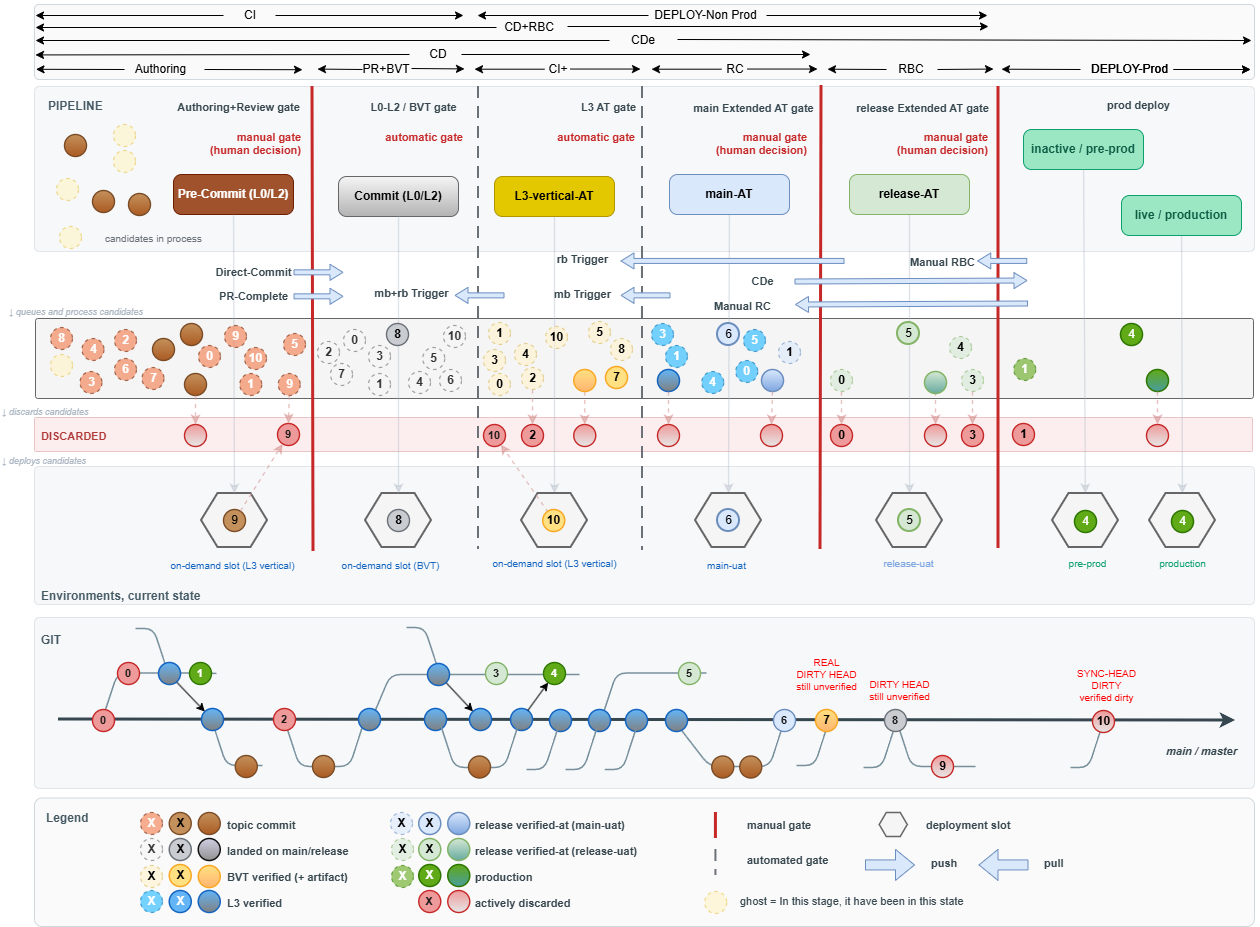
The draw.io diagram docs/.assets/commits-quality/value-chain.drawio.png in casperease/catzc, before a commit. Source tidied: cells renumbered, new cells last; positions are measured from the earlier drawing's top-left corner, leaving out a move shared by most shapes.
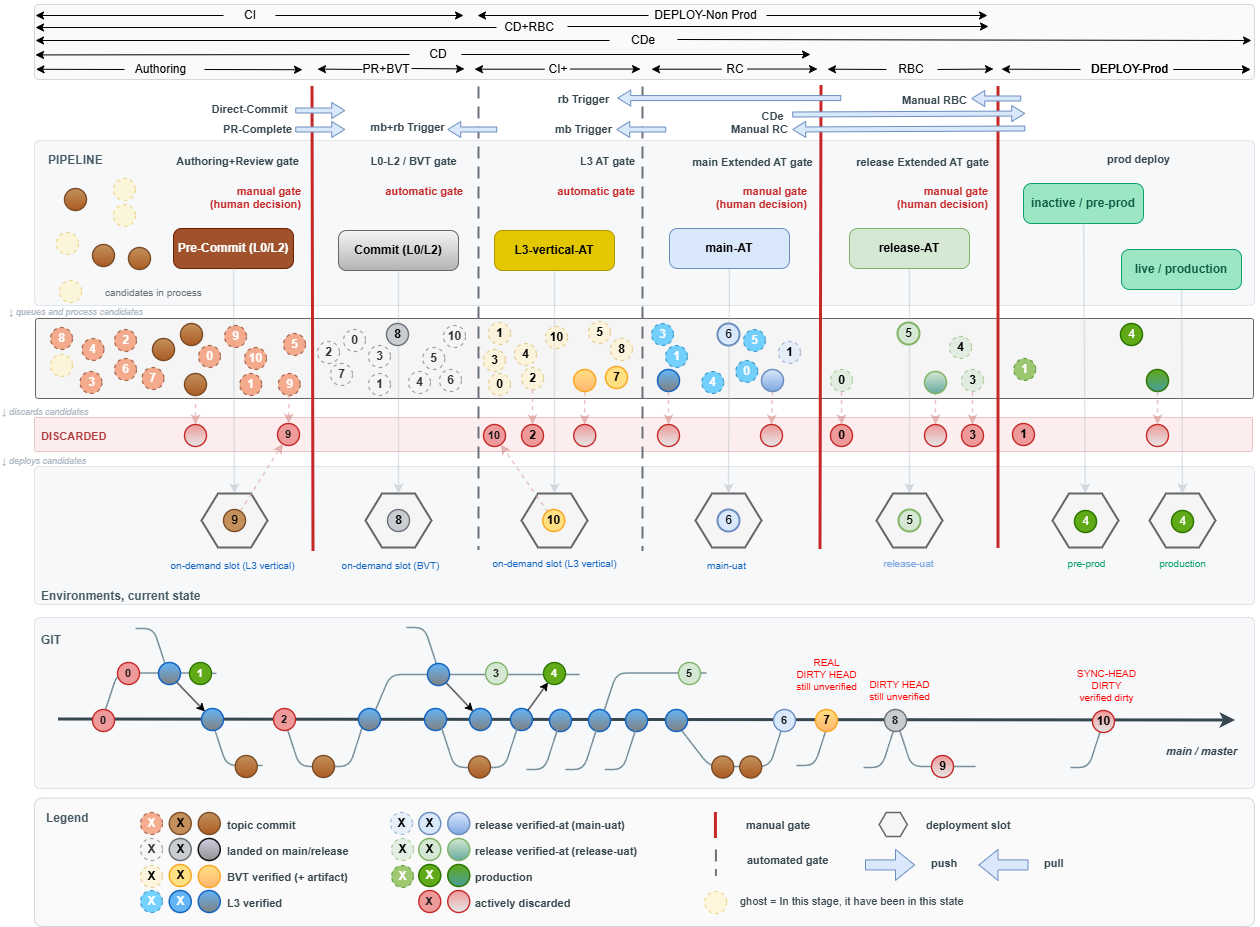
Above is the later version.

Change to the diagram source:
```diff
@@ -14,3 +14,3 @@
     <mxCell id="5" style="rounded=1;html=1;arcSize=3;fillColor=#F6F8FA;strokeColor=#E1E4E8;" parent="1" vertex="1">
-      <mxGeometry x="34" y="86" width="1220" height="165" as="geometry" />
+      <mxGeometry x="34" y="140" width="1220" height="165" as="geometry" />
     </mxCell>
@@ -38,3 +38,3 @@
     <mxCell id="11" value="PIPELINE" style="text;html=1;align=left;fontSize=12;fontStyle=1;fontColor=#455A64;" parent="1" vertex="1">
-      <mxGeometry x="46" y="92" width="89" height="18" as="geometry" />
+      <mxGeometry x="46" y="146" width="89" height="18" as="geometry" />
     </mxCell>
@@ -62,6 +62,6 @@
     <mxCell id="19" value="candidates in process" style="text;html=1;align=left;fontSize=10;fontColor=#6B7178;" parent="1" vertex="1">
-      <mxGeometry x="103" y="226" width="99" height="16" as="geometry" />
+      <mxGeometry x="103" y="280" width="99" height="16" as="geometry" />
     </mxCell>
     <mxCell id="20" value="L0-L2 / BVT gate" style="text;html=1;align=center;fontSize=11;fontStyle=1;fontColor=#37474F;" parent="1" vertex="1">
-      <mxGeometry x="368" y="94" width="90" height="16" as="geometry" />
+      <mxGeometry x="368" y="148" width="90" height="16" as="geometry" />
     </mxCell>
@@ -74,6 +74,6 @@
     <mxCell id="22" value="release-AT" style="rounded=1;whiteSpace=wrap;html=1;arcSize=20;fillColor=#d5e8d4;strokeColor=#82b366;fontStyle=1;fontSize=12;" parent="1" vertex="1">
-      <mxGeometry x="849" y="174" width="120" height="40" as="geometry" />
+      <mxGeometry x="849" y="228" width="120" height="40" as="geometry" />
     </mxCell>
     <mxCell id="23" value="live / production" style="rounded=1;whiteSpace=wrap;html=1;arcSize=20;fillColor=#9BE7C4;strokeColor=#0E9F6E;fontColor=#0B5C43;fontStyle=1;fontSize=12;" parent="1" vertex="1">
-      <mxGeometry x="1121" y="195" width="120" height="40" as="geometry" />
+      <mxGeometry x="1121" y="249" width="120" height="40" as="geometry" />
     </mxCell>
@@ -173,3 +173,3 @@
     <mxCell id="53" value="L3-vertical-AT" style="rounded=1;whiteSpace=wrap;html=1;arcSize=20;fillColor=#e3c800;strokeColor=#B09500;fontStyle=1;fontSize=12;fontColor=#000000;" parent="1" vertex="1">
-      <mxGeometry x="494" y="176" width="120" height="40" as="geometry" />
+      <mxGeometry x="494" y="230" width="120" height="40" as="geometry" />
     </mxCell>
@@ -185,6 +185,6 @@
     <mxCell id="56" value="manual gate&#10;(human decision)" style="text;html=1;align=right;fontSize=11;fontStyle=1;fontColor=#C62828;whiteSpace=wrap;" parent="1" vertex="1">
-      <mxGeometry x="844" y="124" width="146" height="30" as="geometry" />
+      <mxGeometry x="844" y="178" width="146" height="30" as="geometry" />
     </mxCell>
     <mxCell id="57" value="main-AT" style="rounded=1;whiteSpace=wrap;html=1;arcSize=20;fillColor=#dae8fc;strokeColor=#6c8ebf;fontStyle=1;fontSize=12;" parent="1" vertex="1">
-      <mxGeometry x="669" y="174" width="120" height="40" as="geometry" />
+      <mxGeometry x="669" y="228" width="120" height="40" as="geometry" />
     </mxCell>
@@ -194,6 +194,6 @@
     <mxCell id="59" value="Commit (L0/L2)" style="rounded=1;whiteSpace=wrap;html=1;arcSize=20;fillColor=#f5f5f5;strokeColor=#666666;fontStyle=1;fontSize=12;gradientColor=#b3b3b3;" parent="1" vertex="1">
-      <mxGeometry x="338" y="176" width="120" height="40" as="geometry" />
+      <mxGeometry x="338" y="230" width="120" height="40" as="geometry" />
     </mxCell>
     <mxCell id="60" value="Pre-Commit&lt;font style=&quot;color: rgb(255, 255, 255);&quot;&gt;&amp;nbsp;(L0/L2)&lt;/font&gt;" style="rounded=1;whiteSpace=wrap;html=1;arcSize=20;fillColor=#a0522d;strokeColor=#6D1F00;fontStyle=1;fontSize=12;fontColor=#ffffff;" parent="1" vertex="1">
-      <mxGeometry x="173" y="174" width="120" height="40" as="geometry" />
+      <mxGeometry x="173" y="228" width="120" height="40" as="geometry" />
     </mxCell>
@@ -209,3 +209,3 @@
     <mxCell id="63" value="manual gate&#10;(human decision)" style="text;html=1;align=right;fontSize=11;fontStyle=1;fontColor=#C62828;whiteSpace=wrap;" parent="1" vertex="1">
-      <mxGeometry x="157" y="124" width="146" height="30" as="geometry" />
+      <mxGeometry x="157" y="178" width="146" height="30" as="geometry" />
     </mxCell>
@@ -257,9 +257,9 @@
     <mxCell id="78" style="ellipse;html=1;fillColor=#C4915C;strokeColor=#7A4B25;strokeWidth=1.4;gradientColor=#AB5B23;" parent="1" vertex="1">
-      <mxGeometry x="92" y="190" width="22" height="22" as="geometry" />
+      <mxGeometry x="92" y="244" width="22" height="22" as="geometry" />
     </mxCell>
     <mxCell id="79" style="ellipse;html=1;fillColor=#C4915C;strokeColor=#7A4B25;strokeWidth=1.4;gradientColor=#AB5B23;" parent="1" vertex="1">
-      <mxGeometry x="64" y="134" width="22" height="22" as="geometry" />
+      <mxGeometry x="64" y="188" width="22" height="22" as="geometry" />
     </mxCell>
     <mxCell id="80" style="ellipse;html=1;fillColor=#C4915C;strokeColor=#7A4B25;strokeWidth=1.4;gradientColor=#AB5B23;" parent="1" vertex="1">
-      <mxGeometry x="128" y="193" width="22" height="22" as="geometry" />
+      <mxGeometry x="128" y="247" width="22" height="22" as="geometry" />
     </mxCell>
@@ -353,3 +353,3 @@
     <mxCell id="98" value="L3 AT gate" style="text;html=1;align=center;fontSize=11;fontStyle=1;fontColor=#37474F;" parent="1" vertex="1">
-      <mxGeometry x="578" y="94" width="59" height="16" as="geometry" />
+      <mxGeometry x="578" y="148" width="59" height="16" as="geometry" />
     </mxCell>
@@ -359,12 +359,12 @@
     <mxCell id="100" style="ellipse;html=1;fillColor=#FFF3C4;strokeColor=#E6C34D;strokeWidth=1.2;dashed=1;opacity=60;" parent="1" vertex="1">
-      <mxGeometry x="56" y="178" width="22" height="22" as="geometry" />
+      <mxGeometry x="56" y="232" width="22" height="22" as="geometry" />
     </mxCell>
     <mxCell id="101" style="ellipse;html=1;fillColor=#FFF3C4;strokeColor=#E6C34D;strokeWidth=1.2;dashed=1;opacity=60;" parent="1" vertex="1">
-      <mxGeometry x="113" y="124" width="22" height="22" as="geometry" />
+      <mxGeometry x="113" y="178" width="22" height="22" as="geometry" />
     </mxCell>
     <mxCell id="102" style="ellipse;html=1;fillColor=#FFF3C4;strokeColor=#E6C34D;strokeWidth=1.2;dashed=1;opacity=60;" parent="1" vertex="1">
-      <mxGeometry x="113" y="150" width="22" height="22" as="geometry" />
+      <mxGeometry x="113" y="204" width="22" height="22" as="geometry" />
     </mxCell>
     <mxCell id="103" style="ellipse;html=1;fillColor=#FFF3C4;strokeColor=#E6C34D;strokeWidth=1.2;dashed=1;opacity=60;" parent="1" vertex="1">
-      <mxGeometry x="59" y="226" width="22" height="22" as="geometry" />
+      <mxGeometry x="59" y="280" width="22" height="22" as="geometry" />
     </mxCell>
@@ -394,12 +394,12 @@
     <mxCell id="111" value="Authoring+Review gate" style="text;html=1;align=center;fontSize=11;fontStyle=1;fontColor=#37474F;" parent="1" vertex="1">
-      <mxGeometry x="168" y="94" width="139" height="16" as="geometry" />
+      <mxGeometry x="168" y="148" width="139" height="16" as="geometry" />
     </mxCell>
     <mxCell id="112" value="automatic gate" style="text;html=1;align=right;fontSize=11;fontStyle=1;fontColor=#C62828;whiteSpace=wrap;" parent="1" vertex="1">
-      <mxGeometry x="319" y="124" width="146" height="30" as="geometry" />
+      <mxGeometry x="319" y="178" width="146" height="30" as="geometry" />
     </mxCell>
     <mxCell id="113" value="automatic gate" style="text;html=1;align=right;fontSize=11;fontStyle=1;fontColor=#C62828;whiteSpace=wrap;" parent="1" vertex="1">
-      <mxGeometry x="491" y="124" width="146" height="30" as="geometry" />
+      <mxGeometry x="491" y="178" width="146" height="30" as="geometry" />
     </mxCell>
     <mxCell id="114" value="manual gate&#10;(human decision)" style="text;html=1;align=right;fontSize=11;fontStyle=1;fontColor=#C62828;whiteSpace=wrap;" parent="1" vertex="1">
-      <mxGeometry x="663" y="124" width="146" height="30" as="geometry" />
+      <mxGeometry x="663" y="178" width="146" height="30" as="geometry" />
     </mxCell>
@@ -712,3 +712,3 @@
     <mxCell id="204" value="inactive / pre-prod" style="rounded=1;whiteSpace=wrap;html=1;arcSize=20;fillColor=#9BE7C4;strokeColor=#0E9F6E;fontColor=#0B5C43;fontStyle=1;fontSize=12;" parent="1" vertex="1">
-      <mxGeometry x="1023" y="129" width="120" height="40" as="geometry" />
+      <mxGeometry x="1023" y="183" width="120" height="40" as="geometry" />
     </mxCell>
@@ -775,8 +775,2 @@
     </mxCell>
-    <mxCell id="220" style="shape=flexArrow;endArrow=classic;html=1;rounded=0;fontFamily=Helvetica;fontSize=12;fontColor=default;fillColor=#dae8fc;strokeColor=#6c8ebf;width=5;endSize=4;endWidth=10;" parent="1" edge="1">
-      <mxGeometry relative="1" as="geometry">
-        <mxPoint x="293" y="295.8" as="sourcePoint" />
-        <mxPoint x="343" y="295.8" as="targetPoint" />
-      </mxGeometry>
-    </mxCell>
     <mxCell id="221" style="group;" parent="1" vertex="1">
@@ -1057,59 +1051,2 @@
     </mxCell>
-    <mxCell id="283" style="shape=flexArrow;endArrow=classic;html=1;rounded=0;fontFamily=Helvetica;fontSize=12;fontColor=default;fillColor=#dae8fc;strokeColor=#6c8ebf;width=5;endSize=4;endWidth=10;" parent="1" edge="1">
-      <mxGeometry relative="1" as="geometry">
-        <mxPoint x="504" y="294.9" as="sourcePoint" />
-        <mxPoint x="454" y="294.9" as="targetPoint" />
-      </mxGeometry>
-    </mxCell>
-    <mxCell id="284" style="shape=flexArrow;endArrow=classic;html=1;rounded=0;fontFamily=Helvetica;fontSize=12;fontColor=default;fillColor=#dae8fc;strokeColor=#6c8ebf;width=5;endSize=4;endWidth=10;" parent="1" edge="1">
-      <mxGeometry relative="1" as="geometry">
-        <mxPoint x="1026.8" y="260.4" as="sourcePoint" />
-        <mxPoint x="976.8" y="260.4" as="targetPoint" />
-      </mxGeometry>
-    </mxCell>
-    <mxCell id="285" value="PR-Complete" style="text;html=1;align=center;fontSize=11;fontStyle=1;fontColor=#37474F;" parent="1" vertex="1">
-      <mxGeometry x="223" y="283" width="59" height="16" as="geometry" />
-    </mxCell>
-    <mxCell id="286" value="mb+rb Trigger" style="text;html=1;align=center;fontSize=11;fontStyle=1;fontColor=#37474F;" parent="1" vertex="1">
-      <mxGeometry x="384" y="280" width="54.2" height="16" as="geometry" />
-    </mxCell>
-    <mxCell id="287" style="shape=flexArrow;endArrow=classic;html=1;rounded=0;fontFamily=Helvetica;fontSize=12;fontColor=default;fillColor=#dae8fc;strokeColor=#6c8ebf;width=5;endSize=4;endWidth=10;" parent="1" edge="1">
-      <mxGeometry relative="1" as="geometry">
-        <mxPoint x="670" y="294.9" as="sourcePoint" />
-        <mxPoint x="620" y="294.9" as="targetPoint" />
-      </mxGeometry>
-    </mxCell>
-    <mxCell id="288" value="mb Trigger" style="text;html=1;align=center;fontSize=11;fontStyle=1;fontColor=#37474F;" parent="1" vertex="1">
-      <mxGeometry x="551" y="281" width="61.2" height="16" as="geometry" />
-    </mxCell>
-    <mxCell id="289" value="Manual RBC" style="text;html=1;align=center;fontSize=11;fontStyle=1;fontColor=#37474F;" parent="1" vertex="1">
-      <mxGeometry x="911.4" y="249" width="61.2" height="16" as="geometry" />
-    </mxCell>
-    <mxCell id="290" style="shape=flexArrow;endArrow=classic;html=1;rounded=0;fontFamily=Helvetica;fontSize=12;fontColor=default;fillColor=#dae8fc;strokeColor=#6c8ebf;width=5;endSize=4;endWidth=10;" parent="1" edge="1">
-      <mxGeometry relative="1" as="geometry">
-        <mxPoint x="794" y="281" as="sourcePoint" />
-        <mxPoint x="1027" y="280" as="targetPoint" />
-      </mxGeometry>
-    </mxCell>
-    <mxCell id="291" value="CDe" style="text;html=1;align=center;fontSize=11;fontStyle=1;fontColor=#37474F;" parent="1" vertex="1">
-      <mxGeometry x="741" y="268" width="42" height="16" as="geometry" />
-    </mxCell>
-    <mxCell id="292" style="shape=flexArrow;endArrow=classic;html=1;rounded=0;fontFamily=Helvetica;fontSize=12;fontColor=default;fillColor=#dae8fc;strokeColor=#6c8ebf;width=5;endSize=4;endWidth=10;" parent="1" edge="1">
-      <mxGeometry relative="1" as="geometry">
-        <mxPoint x="293" y="271.8" as="sourcePoint" />
-        <mxPoint x="343" y="271.8" as="targetPoint" />
-      </mxGeometry>
-    </mxCell>
-    <mxCell id="293" value="Direct-Commit" style="text;html=1;align=center;fontSize=11;fontStyle=1;fontColor=#37474F;" parent="1" vertex="1">
-      <mxGeometry x="223" y="259" width="59" height="16" as="geometry" />
-    </mxCell>
-    <mxCell id="294" style="shape=flexArrow;endArrow=classic;html=1;rounded=0;fontFamily=Helvetica;fontSize=12;fontColor=default;fillColor=#dae8fc;strokeColor=#6c8ebf;width=5;endSize=4;endWidth=10;" parent="1" edge="1">
-      <mxGeometry relative="1" as="geometry">
-        <mxPoint x="844" y="260.4" as="sourcePoint" />
-        <mxPoint x="620" y="260.4" as="targetPoint" />
-      </mxGeometry>
-    </mxCell>
-    <mxCell id="295" value="rb Trigger" style="text;html=1;align=center;fontSize=11;fontStyle=1;fontColor=#37474F;" parent="1" vertex="1">
-      <mxGeometry x="551" y="246" width="61.2" height="16" as="geometry" />
-    </mxCell>
     <mxCell id="296" style="ellipse;html=1;fillColor=#d5e8d4;strokeColor=#82b366;strokeWidth=1.5;fontStyle=1;gradientColor=#67AB9F;" parent="1" vertex="1">
@@ -1124,9 +1061,9 @@
     <mxCell id="299" value="main Extended AT gate" style="text;html=1;align=center;fontSize=11;fontStyle=1;fontColor=#37474F;" parent="1" vertex="1">
-      <mxGeometry x="723" y="95" width="59" height="16" as="geometry" />
+      <mxGeometry x="723" y="149" width="59" height="16" as="geometry" />
     </mxCell>
     <mxCell id="300" value="release Extended AT gate" style="text;html=1;align=center;fontSize=11;fontStyle=1;fontColor=#37474F;" parent="1" vertex="1">
-      <mxGeometry x="872" y="95" width="100" height="16" as="geometry" />
+      <mxGeometry x="872" y="149" width="100" height="16" as="geometry" />
     </mxCell>
     <mxCell id="301" value="prod deploy" style="text;html=1;align=center;fontSize=11;fontStyle=1;fontColor=#37474F;" parent="1" vertex="1">
-      <mxGeometry x="1088" y="92" width="100" height="16" as="geometry" />
+      <mxGeometry x="1088" y="146" width="100" height="16" as="geometry" />
     </mxCell>
@@ -1156,11 +1093,77 @@
     </mxCell>
+    <mxCell id="311" style="group;" parent="1" vertex="1">
+      <mxGeometry x="219.8" y="86" width="745.2" height="46" as="geometry" />
+    </mxCell>
+    <mxCell id="220" style="shape=flexArrow;endArrow=classic;html=1;rounded=0;fontFamily=Helvetica;fontSize=12;fontColor=default;fillColor=#dae8fc;strokeColor=#6c8ebf;width=5;endSize=4;endWidth=10;" parent="311" edge="1">
+      <mxGeometry relative="1" as="geometry">
+        <mxPoint x="75" y="43" as="sourcePoint" />
+        <mxPoint x="125" y="43" as="targetPoint" />
+      </mxGeometry>
+    </mxCell>
+    <mxCell id="283" style="shape=flexArrow;endArrow=classic;html=1;rounded=0;fontFamily=Helvetica;fontSize=12;fontColor=default;fillColor=#dae8fc;strokeColor=#6c8ebf;width=5;endSize=4;endWidth=10;" parent="311" edge="1">
+      <mxGeometry relative="1" as="geometry">
+        <mxPoint x="277" y="43" as="sourcePoint" />
+        <mxPoint x="227" y="43" as="targetPoint" />
+      </mxGeometry>
+    </mxCell>
+    <mxCell id="284" style="shape=flexArrow;endArrow=classic;html=1;rounded=0;fontFamily=Helvetica;fontSize=12;fontColor=default;fillColor=#dae8fc;strokeColor=#6c8ebf;width=5;endSize=4;endWidth=10;" parent="311" edge="1">
+      <mxGeometry relative="1" as="geometry">
+        <mxPoint x="801" y="12" as="sourcePoint" />
+        <mxPoint x="751" y="12" as="targetPoint" />
+      </mxGeometry>
+    </mxCell>
+    <mxCell id="285" value="PR-Complete" style="text;html=1;align=center;fontSize=11;fontStyle=1;fontColor=#37474F;" parent="311" vertex="1">
+      <mxGeometry x="7.5" y="30" width="59" height="16" as="geometry" />
+    </mxCell>
+    <mxCell id="286" value="mb+rb Trigger" style="text;html=1;align=center;fontSize=11;fontStyle=1;fontColor=#37474F;" parent="311" vertex="1">
+      <mxGeometry x="159.8" y="28" width="54.2" height="16" as="geometry" />
+    </mxCell>
+    <mxCell id="287" style="shape=flexArrow;endArrow=classic;html=1;rounded=0;fontFamily=Helvetica;fontSize=12;fontColor=default;fillColor=#dae8fc;strokeColor=#6c8ebf;width=5;endSize=4;endWidth=10;" parent="311" edge="1">
+      <mxGeometry relative="1" as="geometry">
+        <mxPoint x="446" y="43" as="sourcePoint" />
+        <mxPoint x="396" y="43" as="targetPoint" />
+      </mxGeometry>
+    </mxCell>
+    <mxCell id="288" value="mb Trigger" style="text;html=1;align=center;fontSize=11;fontStyle=1;fontColor=#37474F;" parent="311" vertex="1">
+      <mxGeometry x="333" y="30" width="61.2" height="16" as="geometry" />
+    </mxCell>
+    <mxCell id="290" style="shape=flexArrow;endArrow=classic;html=1;rounded=0;fontFamily=Helvetica;fontSize=12;fontColor=default;fillColor=#dae8fc;strokeColor=#6c8ebf;width=5;endSize=4;endWidth=10;" parent="311" edge="1">
+      <mxGeometry relative="1" as="geometry">
+        <mxPoint x="572" y="28" as="sourcePoint" />
+        <mxPoint x="805" y="27" as="targetPoint" />
+      </mxGeometry>
+    </mxCell>
+    <mxCell id="291" value="CDe" style="text;html=1;align=center;fontSize=11;fontStyle=1;fontColor=#37474F;" parent="311" vertex="1">
+      <mxGeometry x="531" y="17" width="42" height="16" as="geometry" />
+    </mxCell>
+    <mxCell id="292" style="shape=flexArrow;endArrow=classic;html=1;rounded=0;fontFamily=Helvetica;fontSize=12;fontColor=default;fillColor=#dae8fc;strokeColor=#6c8ebf;width=5;endSize=4;endWidth=10;" parent="311" edge="1">
+      <mxGeometry relative="1" as="geometry">
+        <mxPoint x="75" y="24" as="sourcePoint" />
+        <mxPoint x="125" y="24" as="targetPoint" />
+      </mxGeometry>
+    </mxCell>
+    <mxCell id="293" value="Direct-Commit" style="text;html=1;align=center;fontSize=11;fontStyle=1;fontColor=#37474F;" parent="311" vertex="1">
+      <mxGeometry y="10" width="59" height="15" as="geometry" />
+    </mxCell>
+    <mxCell id="294" style="shape=flexArrow;endArrow=classic;html=1;rounded=0;fontFamily=Helvetica;fontSize=12;fontColor=default;fillColor=#dae8fc;strokeColor=#6c8ebf;width=5;endSize=4;endWidth=10;" parent="311" edge="1">
+      <mxGeometry relative="1" as="geometry">
+        <mxPoint x="621" y="11.6" as="sourcePoint" />
+        <mxPoint x="397" y="11.6" as="targetPoint" />
+      </mxGeometry>
+    </mxCell>
+    <mxCell id="295" value="rb Trigger" style="text;html=1;align=center;fontSize=11;fontStyle=1;fontColor=#37474F;" parent="311" vertex="1">
+      <mxGeometry x="333" width="61.2" height="16" as="geometry" />
+    </mxCell>
-    <mxCell id="309" style="shape=flexArrow;endArrow=classic;html=1;rounded=0;fontFamily=Helvetica;fontSize=12;fontColor=default;fillColor=#dae8fc;strokeColor=#6c8ebf;width=5;endSize=4;endWidth=10;" parent="1" edge="1">
+    <mxCell id="309" style="shape=flexArrow;endArrow=classic;html=1;rounded=0;fontFamily=Helvetica;fontSize=12;fontColor=default;fillColor=#dae8fc;strokeColor=#6c8ebf;width=5;endSize=4;endWidth=10;" parent="311" edge="1">
       <mxGeometry relative="1" as="geometry">
-        <mxPoint x="1027.5" y="303" as="sourcePoint" />
-        <mxPoint x="794.5" y="304" as="targetPoint" />
+        <mxPoint x="805" y="42" as="sourcePoint" />
+        <mxPoint x="572" y="43" as="targetPoint" />
       </mxGeometry>
     </mxCell>
-    <mxCell id="310" value="Manual RC" style="text;html=1;align=center;fontSize=11;fontStyle=1;fontColor=#37474F;" parent="1" vertex="1">
-      <mxGeometry x="701" y="293" width="81.6" height="16" as="geometry" />
+    <mxCell id="310" value="Manual RC" style="text;html=1;align=center;fontSize=11;fontStyle=1;fontColor=#37474F;" parent="311" vertex="1">
+      <mxGeometry x="498" y="30" width="81.6" height="16" as="geometry" />
     </mxCell>
+    <mxCell id="289" value="Manual RBC" style="text;html=1;align=center;fontSize=11;fontStyle=1;fontColor=#37474F;" parent="311" vertex="1">
+      <mxGeometry x="684" y="1" width="61.2" height="16" as="geometry" />
+    </mxCell>
   </root>
```
